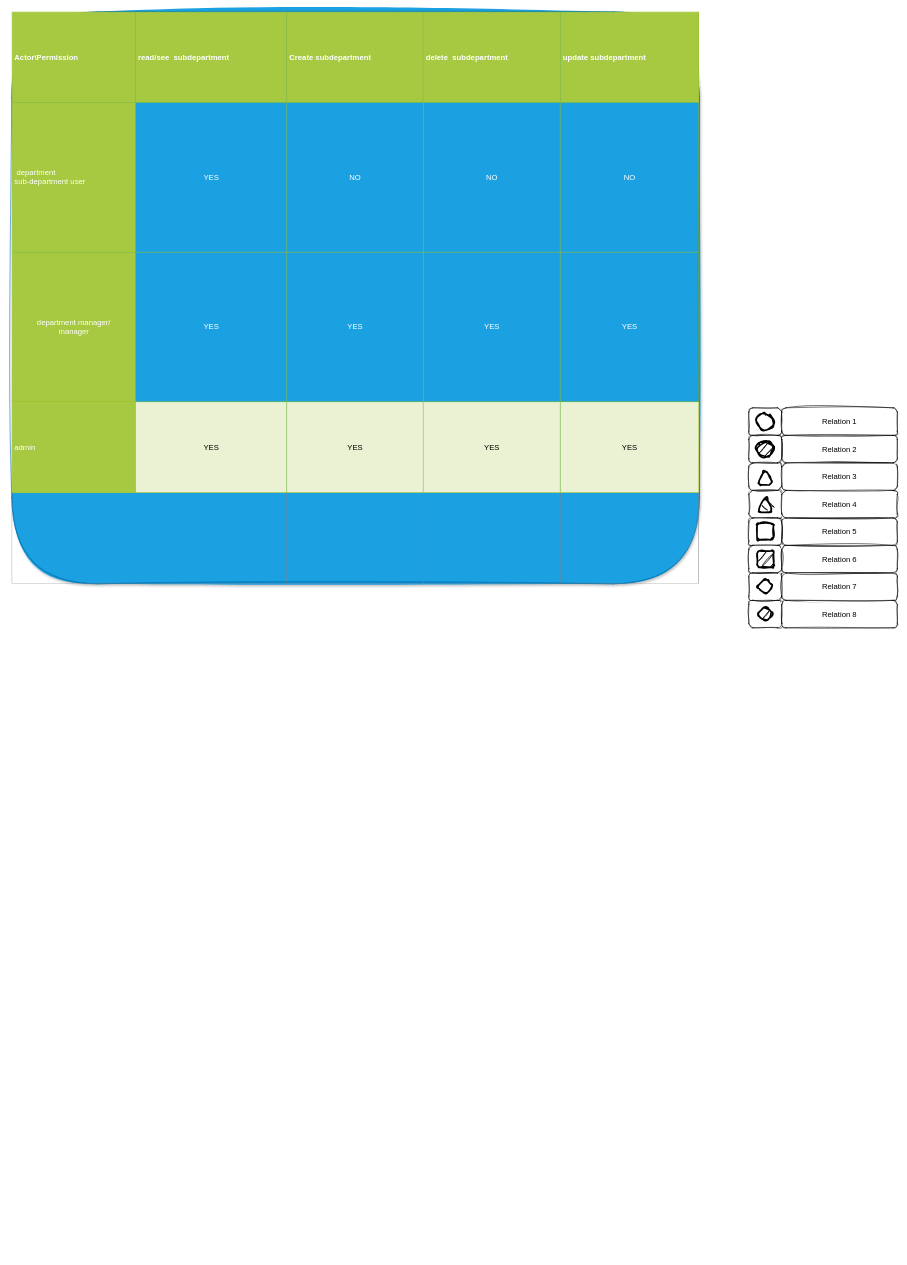
This is page "Page-1" (1 of 2) of drawio/Diagram bez názvu.drawio from DanielVacha-dv/MFMicroservVyvsysS4GraphQL, a draw.io file, before an edit. Source tidied: cells renumbered, new cells numbered last; positions are measured from the earlier drawing's top-left corner, leaving out a move shared by most shapes. Both pictures are drawn from the tidied source at 55%, with x=0, y=0 at pixel (12, 12).
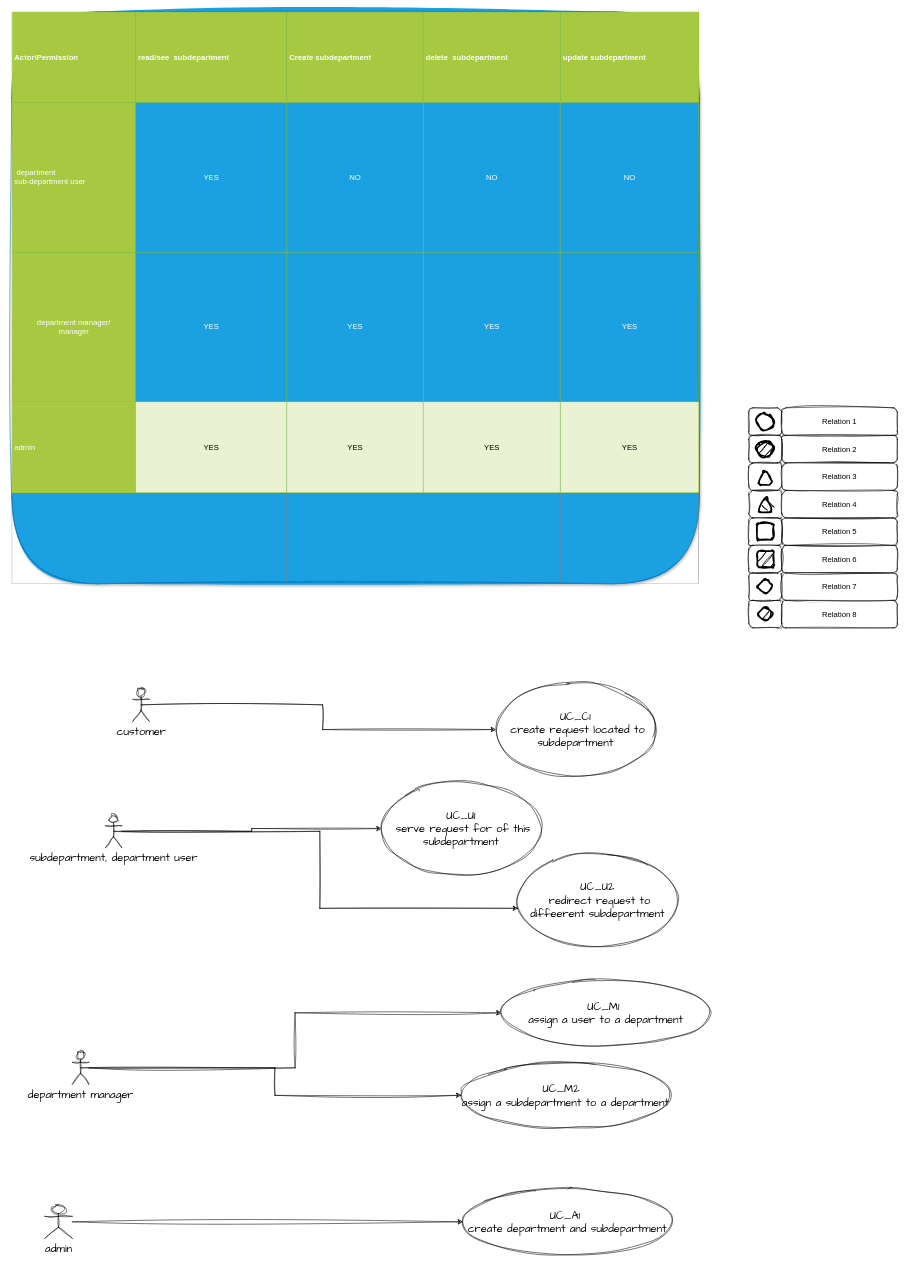
After the change.

Change to the diagram source:
```diff
@@
+    <mxCell id="27" style="edgeStyle=orthogonalEdgeStyle;rounded=0;sketch=1;hachureGap=4;jiggle=2;curveFitting=1;jettySize=auto;html=1;exitX=0.5;exitY=0.5;exitDx=0;exitDy=0;exitPerimeter=0;fontFamily=Architects Daughter;fontSize=16;entryX=0;entryY=0.5;entryDx=0;entryDy=0;" parent="1" edge="1" source="29" target="30">
+      <mxGeometry relative="1" as="geometry" />
+    </mxCell>
+    <mxCell id="28" style="edgeStyle=orthogonalEdgeStyle;rounded=0;sketch=1;hachureGap=4;jiggle=2;curveFitting=1;jettySize=auto;html=1;entryX=0;entryY=0.588;entryDx=0;entryDy=0;entryPerimeter=0;fontFamily=Architects Daughter;fontSize=16;" parent="1" edge="1" source="29" target="42">
+      <mxGeometry relative="1" as="geometry" />
+    </mxCell>
+    <mxCell id="29" value="subdepartment, department user&lt;br&gt;" style="shape=umlActor;verticalLabelPosition=bottom;verticalAlign=top;html=1;sketch=1;hachureGap=4;jiggle=2;curveFitting=1;fontFamily=Architects Daughter;fontSize=20;" parent="1" vertex="1">
+      <mxGeometry x="170" y="1460" width="30" height="60" as="geometry" />
+    </mxCell>
+    <mxCell id="30" value="UC_U1&lt;br&gt;&amp;nbsp;serve request for of this subdepartment" style="ellipse;whiteSpace=wrap;html=1;sketch=1;hachureGap=4;jiggle=2;curveFitting=1;fontFamily=Architects Daughter;fontSize=20;" parent="1" vertex="1">
+      <mxGeometry x="672" y="1400" width="290" height="170" as="geometry" />
+    </mxCell>
+    <mxCell id="31" style="edgeStyle=orthogonalEdgeStyle;rounded=0;sketch=1;hachureGap=4;jiggle=2;curveFitting=1;jettySize=auto;html=1;fontFamily=Architects Daughter;fontSize=16;entryX=0;entryY=0.5;entryDx=0;entryDy=0;" parent="1" edge="1" source="32" target="33">
+      <mxGeometry relative="1" as="geometry" />
+    </mxCell>
+    <mxCell id="32" value="department manager&lt;br&gt;" style="shape=umlActor;verticalLabelPosition=bottom;verticalAlign=top;html=1;sketch=1;hachureGap=4;jiggle=2;curveFitting=1;fontFamily=Architects Daughter;fontSize=20;" parent="1" vertex="1">
+      <mxGeometry x="110" y="1890" width="30" height="60" as="geometry" />
+    </mxCell>
+    <mxCell id="33" value="UC_M1&amp;nbsp; &lt;br&gt;assign a user to a department" style="ellipse;whiteSpace=wrap;html=1;sketch=1;hachureGap=4;jiggle=2;curveFitting=1;fontFamily=Architects Daughter;fontSize=20;" parent="1" vertex="1">
+      <mxGeometry x="890" y="1760" width="380" height="120" as="geometry" />
+    </mxCell>
+    <mxCell id="34" value="UC_M2&amp;nbsp;&amp;nbsp;&lt;br&gt;assign a subdepartment to a department" style="ellipse;whiteSpace=wrap;html=1;sketch=1;hachureGap=4;jiggle=2;curveFitting=1;fontFamily=Architects Daughter;fontSize=20;" parent="1" vertex="1">
+      <mxGeometry x="817" y="1910" width="380" height="120" as="geometry" />
+    </mxCell>
+    <mxCell id="35" style="edgeStyle=orthogonalEdgeStyle;rounded=0;sketch=1;hachureGap=4;jiggle=2;curveFitting=1;jettySize=auto;html=1;fontFamily=Architects Daughter;fontSize=16;entryX=0;entryY=0.5;entryDx=0;entryDy=0;exitX=0.5;exitY=0.5;exitDx=0;exitDy=0;exitPerimeter=0;" parent="1" edge="1" source="32" target="34">
+      <mxGeometry relative="1" as="geometry" />
+    </mxCell>
+    <mxCell id="36" style="edgeStyle=orthogonalEdgeStyle;rounded=0;sketch=1;hachureGap=4;jiggle=2;curveFitting=1;jettySize=auto;html=1;entryX=0;entryY=0.5;entryDx=0;entryDy=0;fontFamily=Architects Daughter;fontSize=16;" parent="1" edge="1" source="37" target="38">
+      <mxGeometry relative="1" as="geometry" />
+    </mxCell>
+    <mxCell id="37" value="admin" style="shape=umlActor;verticalLabelPosition=bottom;verticalAlign=top;html=1;sketch=1;hachureGap=4;jiggle=2;curveFitting=1;fontFamily=Architects Daughter;fontSize=20;" parent="1" vertex="1">
+      <mxGeometry x="60" y="2170" width="50" height="60" as="geometry" />
+    </mxCell>
+    <mxCell id="38" value="UC_A1&amp;nbsp; &lt;br&gt;create department and subdepartment" style="ellipse;whiteSpace=wrap;html=1;sketch=1;hachureGap=4;jiggle=2;curveFitting=1;fontFamily=Architects Daughter;fontSize=20;" parent="1" vertex="1">
+      <mxGeometry x="820" y="2140" width="380" height="120" as="geometry" />
+    </mxCell>
+    <mxCell id="39" style="edgeStyle=orthogonalEdgeStyle;rounded=0;sketch=1;hachureGap=4;jiggle=2;curveFitting=1;jettySize=auto;html=1;exitX=0.5;exitY=0.5;exitDx=0;exitDy=0;exitPerimeter=0;fontFamily=Architects Daughter;fontSize=16;entryX=0;entryY=0.5;entryDx=0;entryDy=0;" parent="1" edge="1" source="40" target="41">
+      <mxGeometry relative="1" as="geometry" />
+    </mxCell>
+    <mxCell id="40" value="customer" style="shape=umlActor;verticalLabelPosition=bottom;verticalAlign=top;html=1;sketch=1;hachureGap=4;jiggle=2;curveFitting=1;fontFamily=Architects Daughter;fontSize=20;" parent="1" vertex="1">
+      <mxGeometry x="220" y="1230" width="30" height="60" as="geometry" />
+    </mxCell>
+    <mxCell id="41" value="UC_C1&lt;br&gt;&amp;nbsp;create request located to subdepartment" style="ellipse;whiteSpace=wrap;html=1;sketch=1;hachureGap=4;jiggle=2;curveFitting=1;fontFamily=Architects Daughter;fontSize=20;" parent="1" vertex="1">
+      <mxGeometry x="880" y="1220" width="290" height="170" as="geometry" />
+    </mxCell>
+    <mxCell id="42" value="UC_U2&lt;br&gt;&amp;nbsp;redirect request to diffeerent subdepartment" style="ellipse;whiteSpace=wrap;html=1;sketch=1;hachureGap=4;jiggle=2;curveFitting=1;fontFamily=Architects Daughter;fontSize=20;" parent="1" vertex="1">
+      <mxGeometry x="920" y="1530" width="290" height="170" as="geometry" />
+    </mxCell>
```
